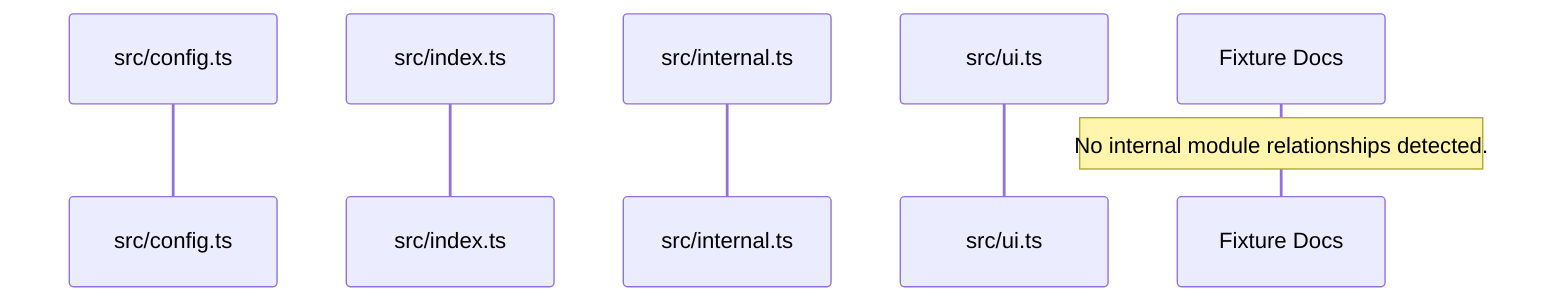
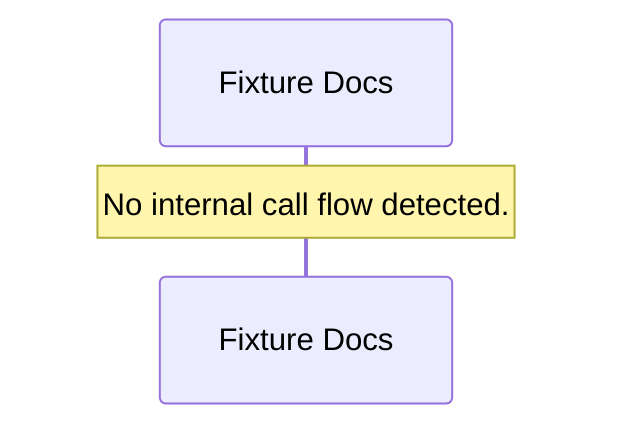
sequenceDiagram
- participant participant_src_config_ts as src/config.ts
- participant participant_src_index_ts as src/index.ts
- participant participant_src_internal_ts as src/internal.ts
- participant participant_src_ui_ts as src/ui.ts
  participant participant__fixture_basic as Fixture Docs
-   Note over participant__fixture_basic: No internal module relationships detected.
+   Note over participant__fixture_basic: No internal call flow detected.
